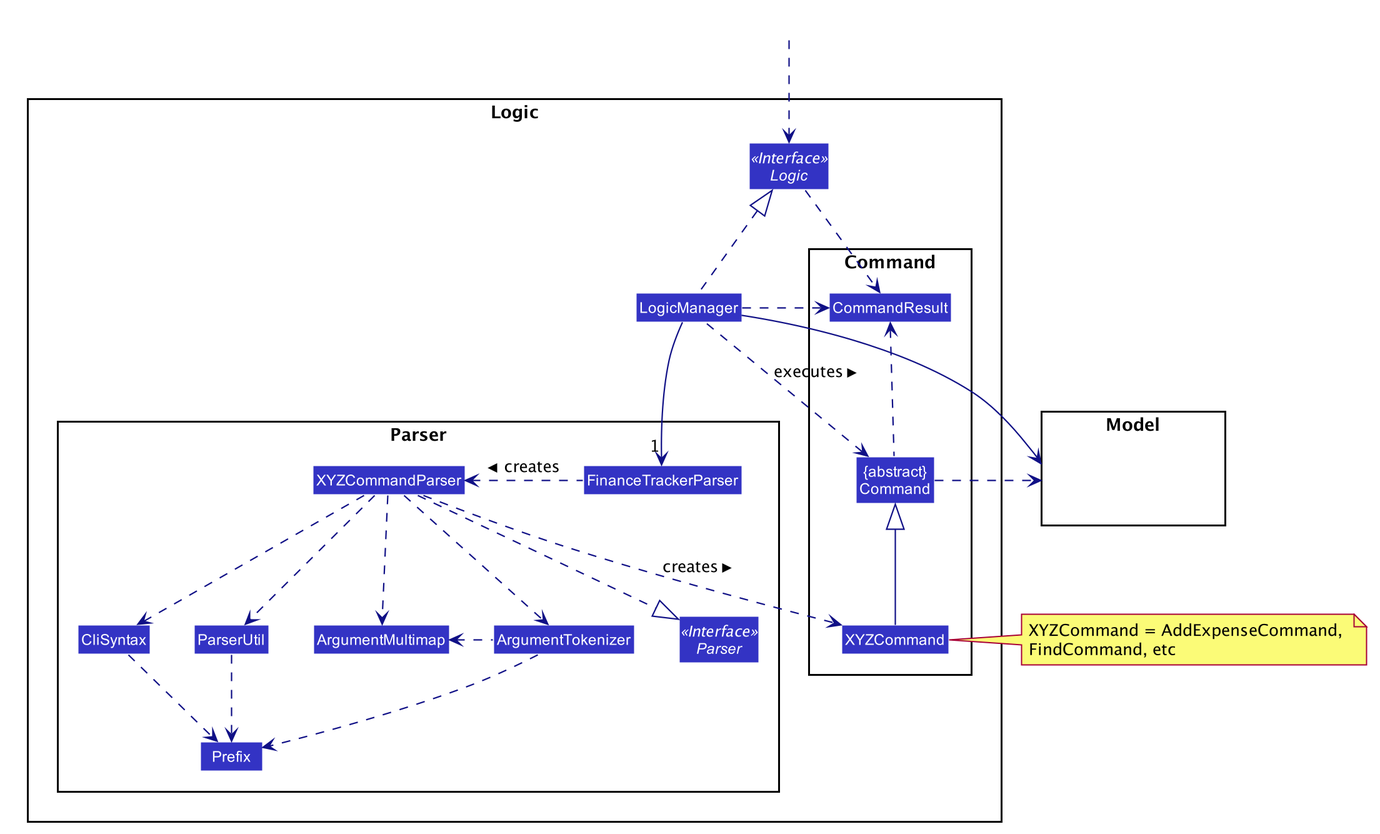
wltan/tp keeps this PlantUML diagram as images/LogicClassDiagram.png. Above is the earlier version.
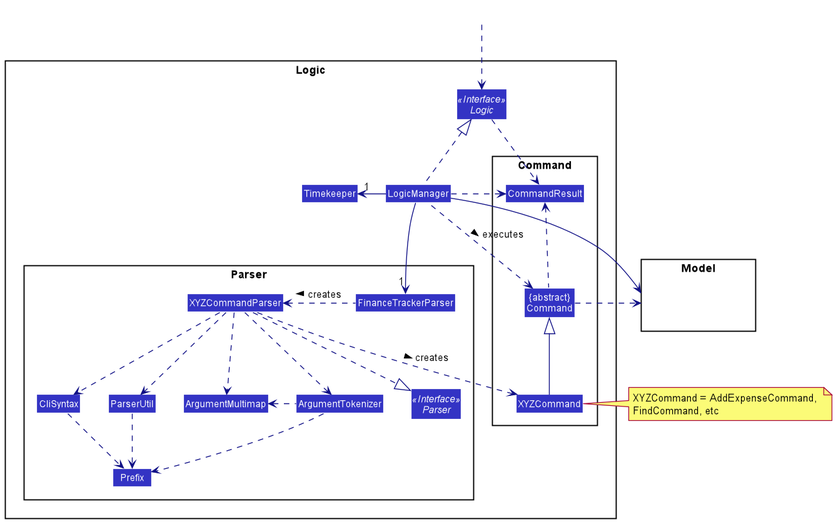
Later version of the same file.

The edit, as a diff of the source:
```diff
@@ -1,57 +1,11 @@
 @startuml
-
-
-
-
-
-
-
-
-skinparam BackgroundColor #FFFFFFF
-
-skinparam Shadowing false
-
-skinparam Class {
-    FontColor #FFFFFF
-    BorderThickness 1
-    BorderColor #FFFFFF
-    StereotypeFontColor #FFFFFF
-    FontName Arial
-}
-
-skinparam Actor {
-    BorderColor #000000
-    Color #000000
-    FontName Arial
-}
-
-skinparam Sequence {
-    MessageAlign center
-    BoxFontSize 15
-    BoxPadding 0
-    BoxFontColor #FFFFFF
-    FontName Arial
-}
-
-skinparam Participant {
-    FontColor #FFFFFFF
-    Padding 20
-}
-
-skinparam MinClassWidth 50
-skinparam ParticipantPadding 10
-skinparam Shadowing false
-skinparam DefaultTextAlignment center
-skinparam packageStyle Rectangle
-
-hide footbox
-hide members
-hide circle
+!include style.puml
 skinparam arrowThickness 1.1
-skinparam arrowColor #101086
-skinparam classBackgroundColor #3333C4
+skinparam arrowColor LOGIC_COLOR_T4
+skinparam classBackgroundColor LOGIC_COLOR
 
 package Logic {
+class Timekeeper
 
 package Parser {
 Interface Parser <<Interface>>
@@ -83,6 +37,7 @@
 
 LogicManager .up.|> Logic
 LogicManager -->"1" FinanceTrackerParser
+LogicManager -left-> "1" Timekeeper
 FinanceTrackerParser .left.> XYZCommandParser: creates >
 
 XYZCommandParser ..> XYZCommand : creates >
```
